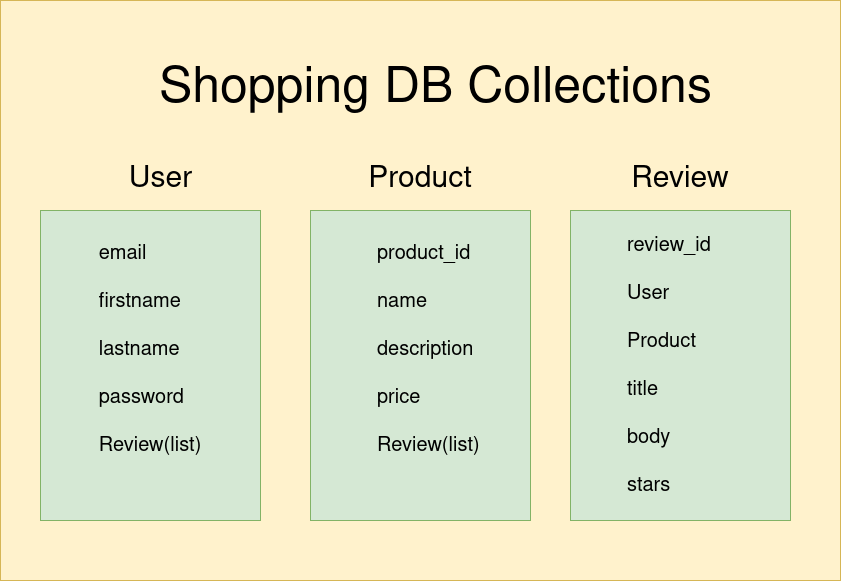
Earlier version of the draw.io export designdocs/basicDBPlan.png (MoveUpHealth/example-shopping-interface). Source tidied: cells renumbered, new cells last; positions are measured from the earlier drawing's top-left corner, leaving out a move shared by most shapes.
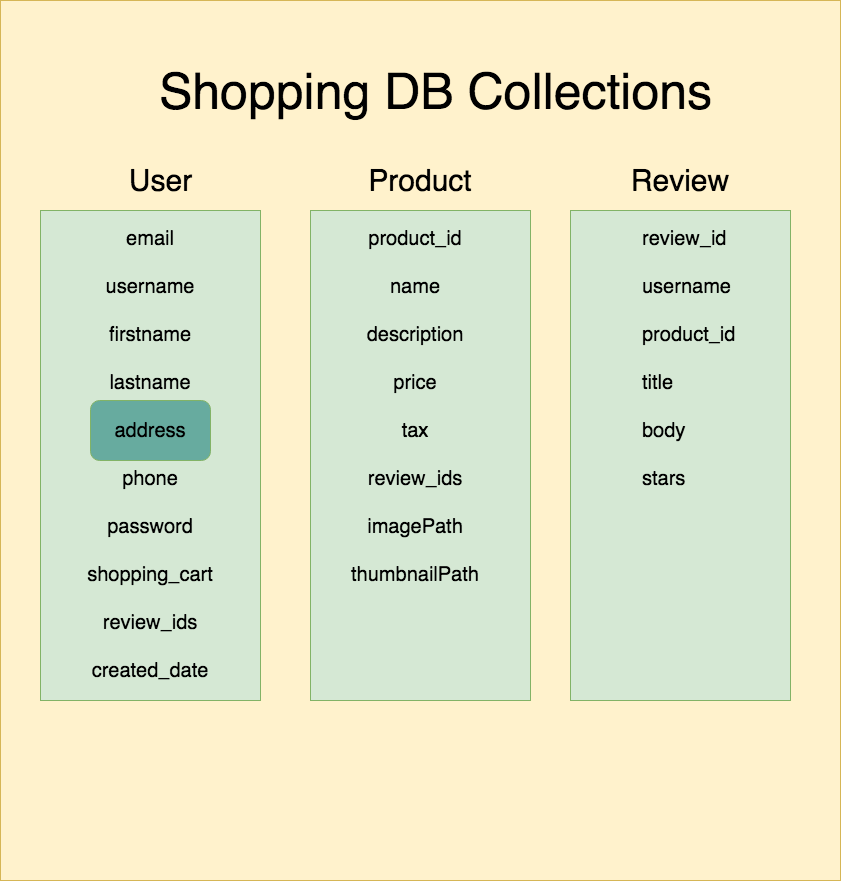
Above is the later version.

What changed in the source:
```diff
@@ -3,16 +3,16 @@
     <mxCell id="0" />
     <mxCell id="1" parent="0" />
     <mxCell id="2" style="rounded=0;whiteSpace=wrap;html=1;fontSize=20;fillColor=#fff2cc;strokeColor=#d6b656;" parent="1" vertex="1">
-      <mxGeometry width="840" height="580" as="geometry" />
+      <mxGeometry width="840" height="880" as="geometry" />
     </mxCell>
     <mxCell id="3" value="&lt;div&gt;&lt;br&gt;&lt;/div&gt;&lt;div&gt;&lt;br&gt;&lt;/div&gt;" style="rounded=0;whiteSpace=wrap;html=1;labelPosition=center;verticalLabelPosition=top;align=center;verticalAlign=bottom;fillColor=#d5e8d4;strokeColor=#82b366;" parent="1" vertex="1">
-      <mxGeometry x="40" y="210" width="220" height="310" as="geometry" />
+      <mxGeometry x="40" y="210" width="220" height="490" as="geometry" />
     </mxCell>
     <mxCell id="4" value="&lt;div&gt;&lt;br&gt;&lt;/div&gt;&lt;div&gt;&lt;br&gt;&lt;/div&gt;" style="rounded=0;whiteSpace=wrap;html=1;labelPosition=center;verticalLabelPosition=top;align=center;verticalAlign=bottom;fillColor=#d5e8d4;strokeColor=#82b366;" parent="1" vertex="1">
-      <mxGeometry x="310" y="210" width="220" height="310" as="geometry" />
+      <mxGeometry x="310" y="210" width="220" height="490" as="geometry" />
     </mxCell>
     <mxCell id="5" value="&lt;div&gt;&lt;br&gt;&lt;/div&gt;&lt;div&gt;&lt;br&gt;&lt;/div&gt;" style="rounded=0;whiteSpace=wrap;html=1;labelPosition=center;verticalLabelPosition=top;align=center;verticalAlign=bottom;fillColor=#d5e8d4;strokeColor=#82b366;" parent="1" vertex="1">
-      <mxGeometry x="570" y="210" width="220" height="310" as="geometry" />
+      <mxGeometry x="570" y="210" width="220" height="490" as="geometry" />
     </mxCell>
     <mxCell id="6" value="&lt;font style=&quot;font-size: 30px&quot;&gt;User&lt;/font&gt;" style="text;html=1;align=center;verticalAlign=middle;strokeColor=none;" parent="1" vertex="1">
       <mxGeometry x="120" y="170" width="80" height="20" as="geometry" />
@@ -26,14 +26,17 @@
     <mxCell id="9" value="&lt;font style=&quot;font-size: 50px&quot;&gt;Shopping DB Collections&lt;/font&gt;" style="text;html=1;align=center;verticalAlign=middle;strokeColor=none;fontSize=20;" parent="1" vertex="1">
       <mxGeometry x="150" y="70" width="570" height="40" as="geometry" />
     </mxCell>
+    <mxCell id="13" style="rounded=1;whiteSpace=wrap;html=1;align=left;strokeColor=#82b366;fillColor=#67AB9F;" parent="1" vertex="1">
+      <mxGeometry x="90" y="400" width="120" height="60" as="geometry" />
+    </mxCell>
-    <mxCell id="10" value="&lt;div align=&quot;left&quot;&gt;email&lt;/div&gt;&lt;div align=&quot;left&quot;&gt;&lt;br&gt;&lt;/div&gt;&lt;div align=&quot;left&quot;&gt;firstname&lt;/div&gt;&lt;div align=&quot;left&quot;&gt;&lt;br&gt;&lt;/div&gt;&lt;div align=&quot;left&quot;&gt;lastname&lt;/div&gt;&lt;div align=&quot;left&quot;&gt;&lt;br&gt;&lt;/div&gt;&lt;div align=&quot;left&quot;&gt;password&lt;/div&gt;&lt;div align=&quot;left&quot;&gt;&lt;br&gt;&lt;/div&gt;&lt;div align=&quot;left&quot;&gt;Review(list)&lt;br&gt;&lt;/div&gt;" style="text;html=1;strokeColor=none;fillColor=none;align=center;verticalAlign=middle;whiteSpace=wrap;rounded=0;fontSize=20;labelPosition=center;verticalLabelPosition=middle;" parent="1" vertex="1">
-      <mxGeometry x="120" y="340" width="60" height="20" as="geometry" />
+    <mxCell id="10" value="&lt;div&gt;email&lt;/div&gt;&lt;div&gt;&lt;br&gt;&lt;/div&gt;&lt;div&gt;username&lt;/div&gt;&lt;div&gt;&lt;br&gt;&lt;/div&gt;&lt;div&gt;firstname&lt;/div&gt;&lt;div&gt;&lt;br&gt;&lt;/div&gt;&lt;div&gt;lastname&lt;/div&gt;&lt;div&gt;&lt;br&gt;&lt;/div&gt;&lt;div&gt;address&lt;/div&gt;&lt;div&gt;&lt;br&gt;&lt;/div&gt;&lt;div&gt;phone&lt;/div&gt;&lt;div&gt;&lt;br&gt;&lt;/div&gt;&lt;div&gt;password&lt;/div&gt;&lt;div&gt;&lt;br&gt;&lt;/div&gt;&lt;div&gt;shopping_cart&lt;/div&gt;&lt;div&gt;&lt;br&gt;&lt;/div&gt;&lt;div&gt;review_ids&lt;/div&gt;&lt;div&gt;&lt;br&gt;&lt;/div&gt;&lt;div&gt;created_date&lt;/div&gt;" style="text;html=1;strokeColor=none;fillColor=none;align=center;verticalAlign=top;whiteSpace=wrap;rounded=0;fontSize=20;labelPosition=center;verticalLabelPosition=bottom;" parent="1" vertex="1">
+      <mxGeometry x="120" y="200" width="60" height="20" as="geometry" />
     </mxCell>
-    <mxCell id="11" value="&lt;div align=&quot;left&quot;&gt;product_id&lt;/div&gt;&lt;div align=&quot;left&quot;&gt;&lt;br&gt;&lt;/div&gt;&lt;div align=&quot;left&quot;&gt;name&lt;/div&gt;&lt;div align=&quot;left&quot;&gt;&lt;br&gt;&lt;/div&gt;&lt;div align=&quot;left&quot;&gt;description&lt;/div&gt;&lt;div align=&quot;left&quot;&gt;&lt;br&gt;&lt;/div&gt;&lt;div align=&quot;left&quot;&gt;price&lt;/div&gt;&lt;div align=&quot;left&quot;&gt;&lt;br&gt;&lt;/div&gt;&lt;div align=&quot;left&quot;&gt;Review(list)&lt;br&gt;&lt;/div&gt;" style="text;html=1;strokeColor=none;fillColor=none;align=left;verticalAlign=middle;whiteSpace=wrap;rounded=0;fontSize=20;" parent="1" vertex="1">
-      <mxGeometry x="375" y="340" width="40" height="20" as="geometry" />
+    <mxCell id="11" value="&lt;div&gt;product_id&lt;/div&gt;&lt;div&gt;&lt;br&gt;&lt;/div&gt;&lt;div&gt;name&lt;/div&gt;&lt;div&gt;&lt;br&gt;&lt;/div&gt;&lt;div&gt;description&lt;/div&gt;&lt;div&gt;&lt;br&gt;&lt;/div&gt;&lt;div&gt;price&lt;/div&gt;&lt;div&gt;&lt;br&gt;&lt;/div&gt;&lt;div&gt;tax&lt;/div&gt;&lt;div&gt;&lt;br&gt;&lt;/div&gt;&lt;div&gt;review_ids&lt;/div&gt;&lt;div&gt;&lt;br&gt;&lt;/div&gt;&lt;div&gt;imagePath&lt;/div&gt;&lt;div&gt;&lt;br&gt;&lt;/div&gt;&lt;div&gt;thumbnailPath&lt;/div&gt;" style="text;html=1;strokeColor=none;fillColor=none;align=center;verticalAlign=top;whiteSpace=wrap;rounded=0;fontSize=20;" parent="1" vertex="1">
+      <mxGeometry x="395" y="220" width="40" height="20" as="geometry" />
     </mxCell>
-    <mxCell id="12" value="&lt;div&gt;review_id&lt;/div&gt;&lt;div&gt;&lt;br&gt;&lt;/div&gt;&lt;div&gt;User&lt;/div&gt;&lt;div&gt;&lt;br&gt;&lt;/div&gt;&lt;div&gt;Product&lt;/div&gt;&lt;div&gt;&lt;br&gt;&lt;/div&gt;&lt;div&gt;title&lt;/div&gt;&lt;div&gt;&lt;br&gt;&lt;/div&gt;&lt;div&gt;body&lt;/div&gt;&lt;div&gt;&lt;br&gt;&lt;/div&gt;&lt;div&gt;stars&lt;br&gt;&lt;/div&gt;&lt;div&gt;&lt;br&gt;&lt;/div&gt;&lt;div&gt;&lt;br&gt;&lt;/div&gt;" style="text;html=1;strokeColor=none;fillColor=none;align=left;verticalAlign=middle;whiteSpace=wrap;rounded=0;fontSize=20;labelPosition=center;verticalLabelPosition=middle;" parent="1" vertex="1">
-      <mxGeometry x="625" y="380" width="110" height="20" as="geometry" />
+    <mxCell id="12" value="&lt;div&gt;review_id&lt;/div&gt;&lt;div&gt;&lt;br&gt;&lt;/div&gt;&lt;div&gt;username&lt;/div&gt;&lt;div&gt;&lt;br&gt;&lt;/div&gt;&lt;div&gt;product_id&lt;/div&gt;&lt;div&gt;&lt;br&gt;&lt;/div&gt;&lt;div&gt;title&lt;/div&gt;&lt;div&gt;&lt;br&gt;&lt;/div&gt;&lt;div&gt;body&lt;/div&gt;&lt;div&gt;&lt;br&gt;&lt;/div&gt;&lt;div&gt;stars&lt;br&gt;&lt;/div&gt;&lt;div&gt;&lt;br&gt;&lt;/div&gt;&lt;div&gt;&lt;br&gt;&lt;/div&gt;" style="text;html=1;strokeColor=none;fillColor=none;align=left;verticalAlign=top;whiteSpace=wrap;rounded=0;fontSize=20;labelPosition=center;verticalLabelPosition=middle;" parent="1" vertex="1">
+      <mxGeometry x="640" y="220" width="110" height="20" as="geometry" />
     </mxCell>
   </root>
 </mxGraphModel>
```
